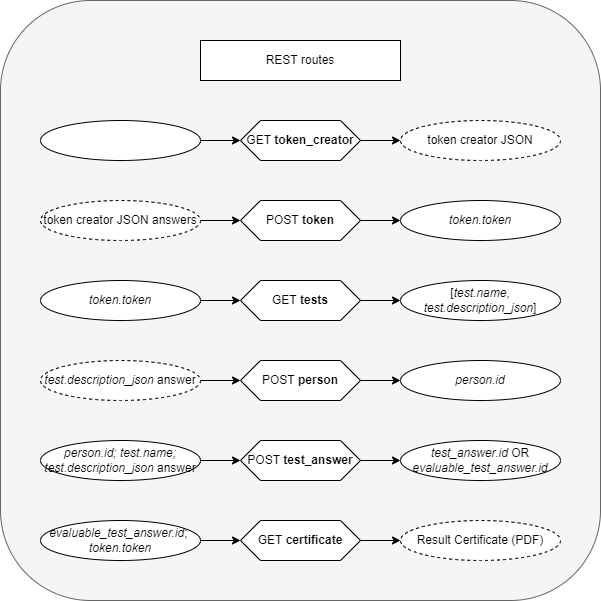
Niwo1403/test-system keeps this draw.io diagram as doc/diagrams/routes.png. Above is the earlier version. Source tidied: cells renumbered, new cells last; positions are measured from the earlier drawing's top-left corner, leaving out a move shared by most shapes.
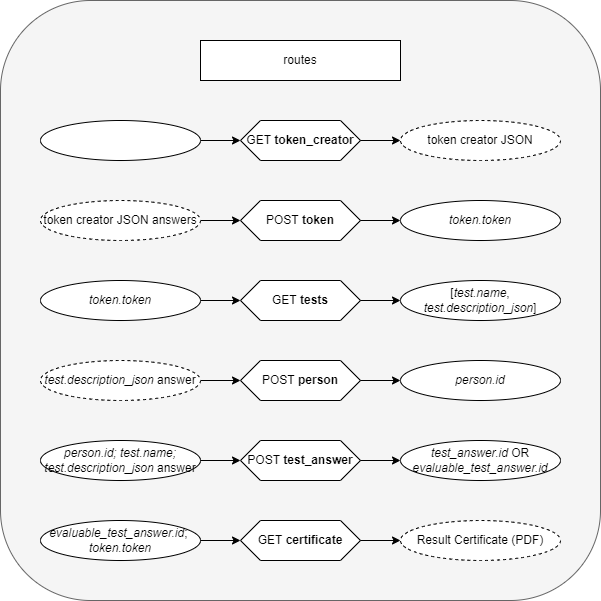
Above is the later version.

The edit, as a diff of the source:
```diff
@@ -80,7 +80,7 @@
     <mxCell id="27" style="edgeStyle=orthogonalEdgeStyle;rounded=0;jettySize=auto;html=1;entryX=0;entryY=0.5;entryDx=0;entryDy=0;" parent="1" edge="1" source="21" target="26">
       <mxGeometry relative="1" as="geometry" />
     </mxCell>
-    <mxCell id="28" value="REST routes" style="rounded=0;whiteSpace=wrap;html=1;" parent="1" vertex="1">
+    <mxCell id="28" value="routes" style="rounded=0;whiteSpace=wrap;html=1;" parent="1" vertex="1">
       <mxGeometry x="200" y="40" width="200" height="40" as="geometry" />
     </mxCell>
     <mxCell id="29" value="POST &lt;b&gt;person&lt;/b&gt;" style="shape=hexagon;perimeter=hexagonPerimeter2;whiteSpace=wrap;html=1;fixedSize=1;size=20;" parent="1" vertex="1">
```
